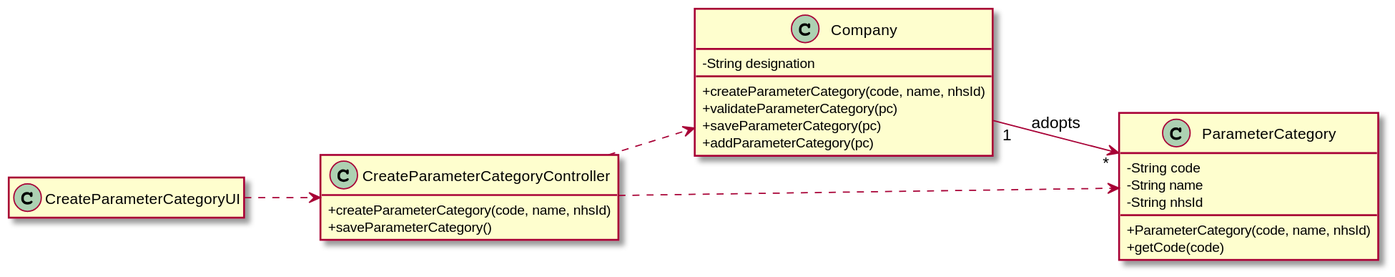
ana-albergaria/LAPR2-ISEP keeps this PlantUML diagram as docs/SprintB/US_11/US011_CD.svg. Above is the earlier version.
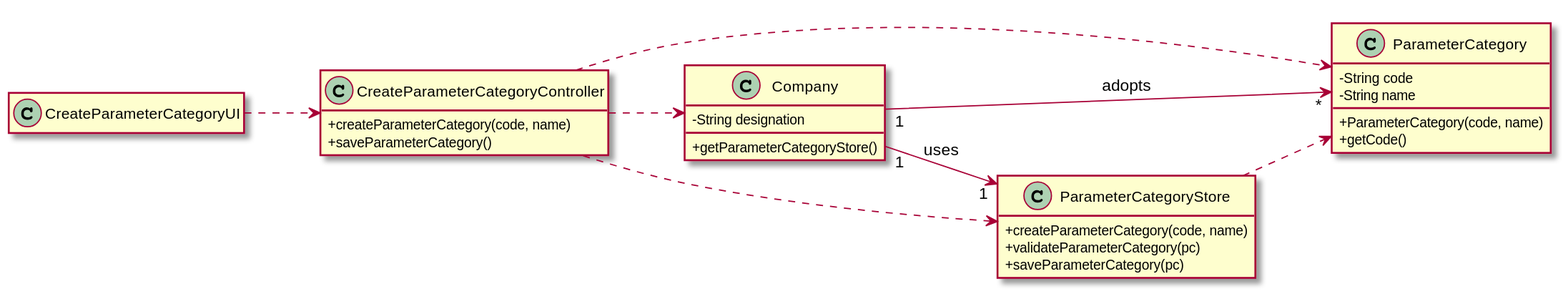
The same file after the commit.

The edit, as a diff of the source:
```diff
@@ -6,22 +6,24 @@
 
 class Company {
   -String designation
-  +createParameterCategory(code, name, nhsId)
-  +validateParameterCategory(pc)
-  +saveParameterCategory(pc)
-  +addParameterCategory(pc)
+  +getParameterCategoryStore()
 }
 
 class ParameterCategory {
    -String code
    -String name
-   -String nhsId
-   +ParameterCategory(code, name, nhsId)
-   +getCode(code)
+   +ParameterCategory(code, name)
+   +getCode()
+}
+
+class ParameterCategoryStore {
+    +createParameterCategory(code, name)
+    +validateParameterCategory(pc)
+    +saveParameterCategory(pc)
 }
 
 class CreateParameterCategoryController {
-  +createParameterCategory(code, name, nhsId)
+  +createParameterCategory(code, name)
   +saveParameterCategory()
 }
 
@@ -31,6 +33,9 @@
 CreateParameterCategoryUI ..> CreateParameterCategoryController
 CreateParameterCategoryController ..> Company
 CreateParameterCategoryController ..> ParameterCategory
+CreateParameterCategoryController ..> ParameterCategoryStore
+ParameterCategoryStore ..> ParameterCategory
+Company "1" --> "1" ParameterCategoryStore : uses
 Company "1" --> "*" ParameterCategory : adopts
 
 
```
